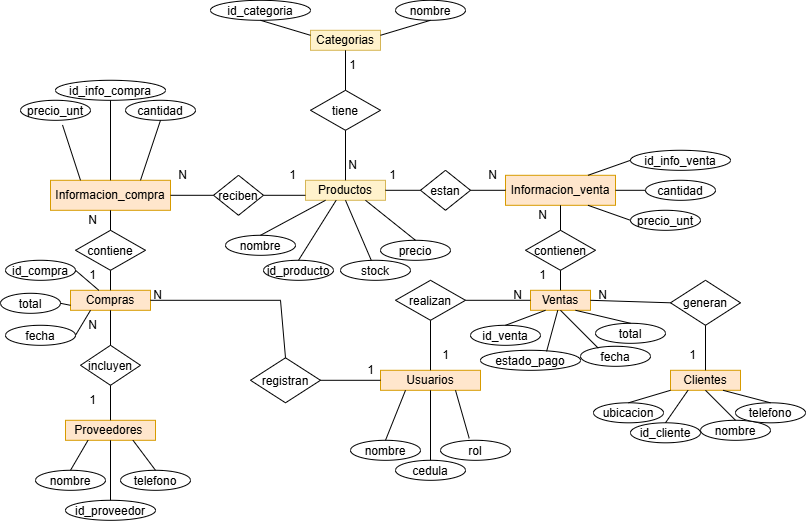
The draw.io diagram docs/diagrama_mer.png in SofiaDiaz06/SGE-Avance-Primer-Corte, before a commit. Source tidied: cells renumbered, new cells last; positions are measured from the earlier drawing's top-left corner, leaving out a move shared by most shapes.
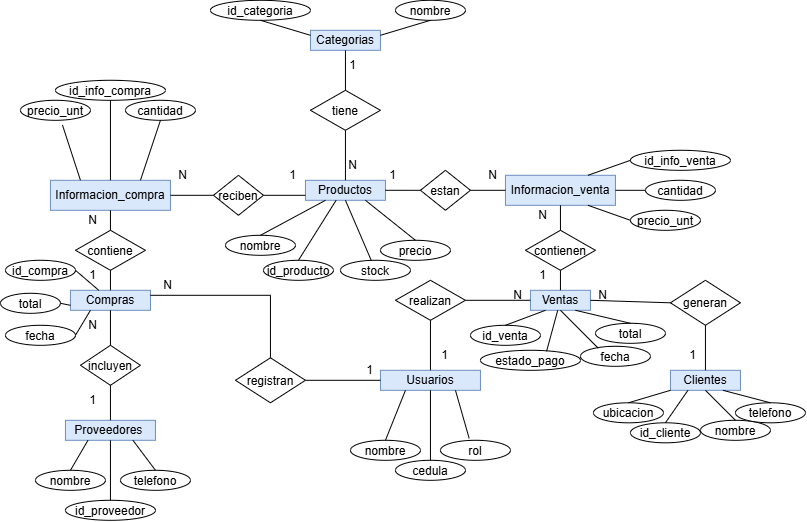
After the commit.

What changed in the source:
```diff
@@ -2,31 +2,31 @@
   <root>
     <mxCell id="0" />
     <mxCell id="1" parent="0" />
-    <mxCell id="2" value="Usuarios" style="rounded=0;whiteSpace=wrap;html=1;fillColor=#ffe6cc;strokeColor=#d79b00;" parent="1" vertex="1">
+    <mxCell id="2" value="Usuarios" style="rounded=0;whiteSpace=wrap;html=1;fillColor=#dae8fc;strokeColor=#6c8ebf;" parent="1" vertex="1">
       <mxGeometry x="380" y="370" width="100" height="20" as="geometry" />
     </mxCell>
-    <mxCell id="3" value="Clientes" style="rounded=0;whiteSpace=wrap;html=1;fillColor=#ffe6cc;strokeColor=#d79b00;" parent="1" vertex="1">
+    <mxCell id="3" value="Clientes" style="rounded=0;whiteSpace=wrap;html=1;fillColor=#dae8fc;strokeColor=#6c8ebf;" parent="1" vertex="1">
       <mxGeometry x="670" y="370" width="70" height="20" as="geometry" />
     </mxCell>
-    <mxCell id="4" value="Proveedores&amp;nbsp;" style="rounded=0;whiteSpace=wrap;html=1;fillColor=#ffe6cc;strokeColor=#d79b00;" parent="1" vertex="1">
+    <mxCell id="4" value="Proveedores&amp;nbsp;" style="rounded=0;whiteSpace=wrap;html=1;fillColor=#dae8fc;strokeColor=#6c8ebf;" parent="1" vertex="1">
       <mxGeometry x="65" y="420" width="90" height="20" as="geometry" />
     </mxCell>
-    <mxCell id="5" value="Categorias" style="rounded=0;whiteSpace=wrap;html=1;fillColor=#fff2cc;strokeColor=#d6b656;" parent="1" vertex="1">
+    <mxCell id="5" value="Categorias" style="rounded=0;whiteSpace=wrap;html=1;fillColor=#dae8fc;strokeColor=#6c8ebf;" parent="1" vertex="1">
       <mxGeometry x="310" y="30" width="70" height="20" as="geometry" />
     </mxCell>
-    <mxCell id="6" value="Productos" style="rounded=0;whiteSpace=wrap;html=1;fillColor=#fff2cc;strokeColor=#d6b656;" parent="1" vertex="1">
+    <mxCell id="6" value="Productos" style="rounded=0;whiteSpace=wrap;html=1;fillColor=#dae8fc;strokeColor=#6c8ebf;" parent="1" vertex="1">
       <mxGeometry x="305" y="180" width="80" height="20" as="geometry" />
     </mxCell>
-    <mxCell id="7" value="Ventas" style="rounded=0;whiteSpace=wrap;html=1;fillColor=#ffe6cc;strokeColor=#d79b00;" parent="1" vertex="1">
+    <mxCell id="7" value="Ventas" style="rounded=0;whiteSpace=wrap;html=1;fillColor=#dae8fc;strokeColor=#6c8ebf;" parent="1" vertex="1">
       <mxGeometry x="530" y="290" width="60" height="20" as="geometry" />
     </mxCell>
-    <mxCell id="8" value="Informacion_venta" style="rounded=0;whiteSpace=wrap;html=1;fillColor=#ffe6cc;strokeColor=#d79b00;" parent="1" vertex="1">
+    <mxCell id="8" value="Informacion_venta" style="rounded=0;whiteSpace=wrap;html=1;fillColor=#dae8fc;strokeColor=#6c8ebf;" parent="1" vertex="1">
       <mxGeometry x="505" y="175" width="110" height="30" as="geometry" />
     </mxCell>
-    <mxCell id="9" value="Compras" style="rounded=0;whiteSpace=wrap;html=1;fillColor=#ffe6cc;strokeColor=#d79b00;" parent="1" vertex="1">
+    <mxCell id="9" value="Compras" style="rounded=0;whiteSpace=wrap;html=1;fillColor=#dae8fc;strokeColor=#6c8ebf;" parent="1" vertex="1">
       <mxGeometry x="70" y="290" width="80" height="20" as="geometry" />
     </mxCell>
-    <mxCell id="10" value="Informacion_compra" style="rounded=0;whiteSpace=wrap;html=1;fillColor=#ffe6cc;strokeColor=#d79b00;" parent="1" vertex="1">
+    <mxCell id="10" value="Informacion_compra" style="rounded=0;whiteSpace=wrap;html=1;fillColor=#dae8fc;strokeColor=#6c8ebf;" parent="1" vertex="1">
       <mxGeometry x="50" y="180" width="120" height="30" as="geometry" />
     </mxCell>
     <mxCell id="11" value="tiene" style="rhombus;whiteSpace=wrap;html=1;shapeInside=1;" parent="1" vertex="1">
@@ -83,21 +83,12 @@
     <mxCell id="28" style="endArrow=none;html=1;rounded=0;exitX=0.5;exitY=1;exitDx=0;exitDy=0;entryX=0.5;entryY=0;entryDx=0;entryDy=0;" parent="1" edge="1" source="26" target="4">
       <mxGeometry relative="1" as="geometry" />
     </mxCell>
-    <mxCell id="29" style="endArrow=none;html=1;rounded=0;exitX=0;exitY=0.5;exitDx=0;exitDy=0;" parent="1" edge="1" source="2">
-      <mxGeometry relative="1" as="geometry">
-        <mxPoint x="310" y="380" as="targetPoint" />
-      </mxGeometry>
+    <mxCell id="29" style="endArrow=none;html=1;rounded=0;exitX=0;exitY=0.5;exitDx=0;exitDy=0;entryX=1;entryY=0.5;entryDx=0;entryDy=0;" parent="1" edge="1" source="2" target="30">
+      <mxGeometry relative="1" as="geometry" />
     </mxCell>
     <mxCell id="30" value="registran" style="rhombus;whiteSpace=wrap;html=1;shapeInside=1;" parent="1" vertex="1">
-      <mxGeometry x="250" y="357.5" width="70" height="45" as="geometry" />
+      <mxGeometry x="235" y="357.5" width="70" height="45" as="geometry" />
     </mxCell>
-    <mxCell id="31" style="endArrow=none;html=1;rounded=0;exitX=0.5;exitY=0;exitDx=0;exitDy=0;entryX=1;entryY=0.5;entryDx=0;entryDy=0;" parent="1" edge="1" source="30" target="9">
-      <mxGeometry relative="1" as="geometry">
-        <Array as="points">
-          <mxPoint x="280" y="300" />
-        </Array>
-      </mxGeometry>
-    </mxCell>
     <mxCell id="32" value="contiene" style="rhombus;whiteSpace=wrap;html=1;shapeInside=1;" parent="1" vertex="1">
       <mxGeometry x="75" y="230" width="70" height="40" as="geometry" />
     </mxCell>
@@ -332,7 +323,7 @@
       <mxGeometry x="357.5" y="355" width="25" height="30" as="geometry" />
     </mxCell>
     <mxCell id="109" value="N" style="text;html=1;whiteSpace=wrap;strokeColor=none;fillColor=none;align=center;verticalAlign=middle;rounded=0;" parent="1" vertex="1">
-      <mxGeometry x="145" y="280" width="25" height="30" as="geometry" />
+      <mxGeometry x="155" y="270" width="25" height="30" as="geometry" />
     </mxCell>
     <mxCell id="110" style="endArrow=none;html=1;rounded=0;exitX=0.5;exitY=1;exitDx=0;exitDy=0;entryX=0;entryY=0.25;entryDx=0;entryDy=0;" parent="1" edge="1" source="67" target="5">
       <mxGeometry relative="1" as="geometry" />
@@ -352,5 +343,12 @@
     <mxCell id="115" style="endArrow=none;html=1;rounded=0;exitX=0.661;exitY=0.055;exitDx=0;exitDy=0;exitPerimeter=0;" parent="1" edge="1" source="113" target="7">
       <mxGeometry relative="1" as="geometry" />
     </mxCell>
+    <mxCell id="116" style="endArrow=none;html=1;rounded=0;entryX=0.5;entryY=0;entryDx=0;entryDy=0;exitX=1;exitY=0.25;exitDx=0;exitDy=0;" parent="1" edge="1" source="9" target="30">
+      <mxGeometry relative="1" as="geometry">
+        <Array as="points">
+          <mxPoint x="270" y="295" />
+        </Array>
+      </mxGeometry>
+    </mxCell>
   </root>
 </mxGraphModel>
```
